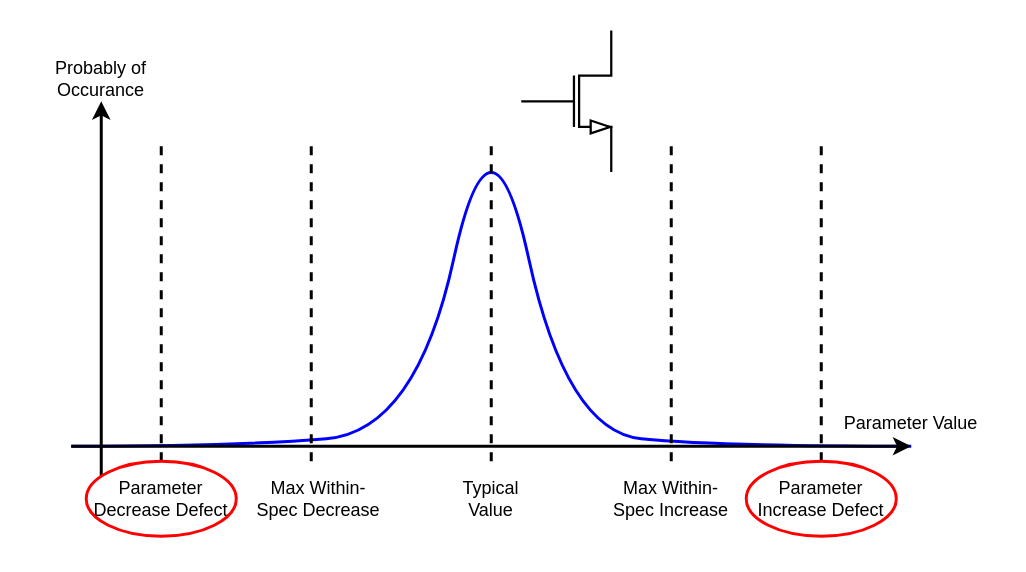
TimothyJNewman/open-source-chip-design-v1 keeps this draw.io diagram as Presentation/Poster/param_defects_diagram.drawio. Above is the earlier version. Source tidied: cells renumbered, new cells numbered last; positions are measured from the earlier drawing's top-left corner, leaving out a move shared by most shapes. Both pictures are drawn from the tidied source at 150%, with x=0, y=0 at pixel (26, 26).
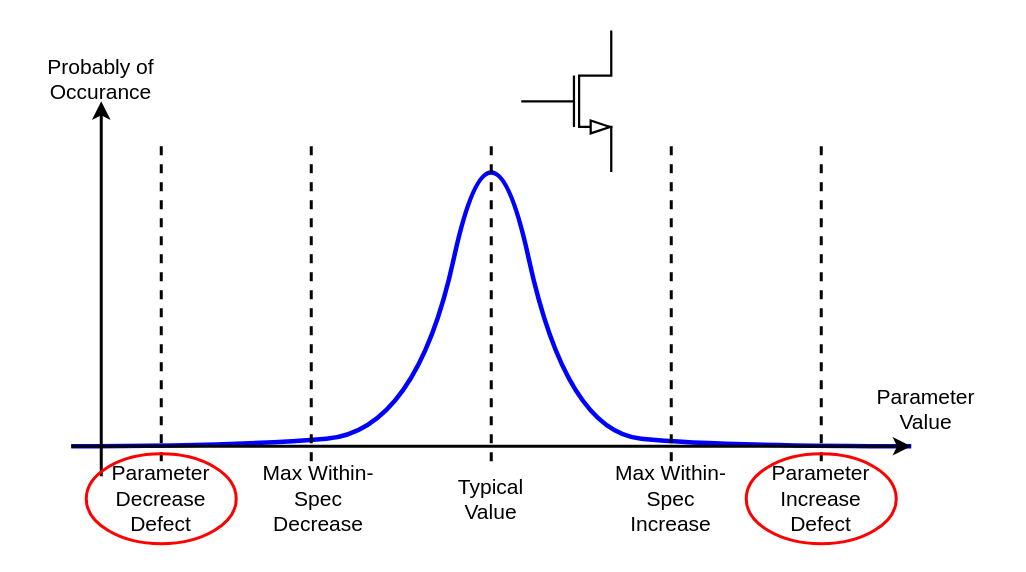
The same diagram, later.

Diff of the diagram source:
```diff
@@
-    <mxCell id="2" style="verticalLabelPosition=bottom;shadow=0;dashed=0;align=center;html=1;verticalAlign=top;shape=mxgraph.electrical.transistors.nmos;strokeWidth=1.5;" parent="1" vertex="1">
+    <mxCell id="2" style="verticalLabelPosition=bottom;shadow=0;dashed=0;align=center;html=1;verticalAlign=top;shape=mxgraph.electrical.transistors.nmos;strokeWidth=1.5;fontSize=14;" parent="1" vertex="1">
       <mxGeometry x="330" width="60" height="100" as="geometry" />
     </mxCell>
-    <mxCell id="3" style="curved=1;endArrow=none;html=1;rounded=0;startFill=0;strokeColor=#0000FF;strokeWidth=2;" parent="1" edge="1">
+    <mxCell id="3" style="curved=1;endArrow=none;html=1;rounded=0;startFill=0;strokeColor=#0000FF;strokeWidth=3;fontSize=14;" parent="1" edge="1">
       <mxGeometry relative="1" as="geometry">
         <mxPoint x="30" y="280" as="sourcePoint" />
         <mxPoint x="590" y="280" as="targetPoint" />
         <Array as="points">
           <mxPoint x="140" y="280" />
           <mxPoint x="260" y="270" />
           <mxPoint x="310" y="40" />
           <mxPoint x="360" y="270" />
           <mxPoint x="460" y="280" />
         </Array>
       </mxGeometry>
     </mxCell>
-    <mxCell id="4" style="endArrow=none;html=1;rounded=0;dashed=1;strokeWidth=2;" parent="1" edge="1">
+    <mxCell id="4" style="endArrow=none;html=1;rounded=0;dashed=1;strokeWidth=2;fontSize=14;" parent="1" edge="1">
       <mxGeometry relative="1" as="geometry">
         <mxPoint x="190" y="290" as="sourcePoint" />
         <mxPoint x="190" y="80" as="targetPoint" />
       </mxGeometry>
     </mxCell>
-    <mxCell id="5" style="endArrow=none;html=1;rounded=0;dashed=1;strokeWidth=2;" parent="1" edge="1">
+    <mxCell id="5" style="endArrow=none;html=1;rounded=0;dashed=1;strokeWidth=2;fontSize=14;" parent="1" edge="1">
       <mxGeometry relative="1" as="geometry">
         <mxPoint x="430" y="290" as="sourcePoint" />
         <mxPoint x="430" y="80" as="targetPoint" />
       </mxGeometry>
     </mxCell>
-    <mxCell id="6" style="endArrow=none;html=1;rounded=0;dashed=1;strokeWidth=2;" parent="1" edge="1">
+    <mxCell id="6" style="endArrow=none;html=1;rounded=0;dashed=1;strokeWidth=2;fontSize=14;" parent="1" edge="1">
       <mxGeometry relative="1" as="geometry">
         <mxPoint x="90" y="290" as="sourcePoint" />
         <mxPoint x="90" y="80" as="targetPoint" />
       </mxGeometry>
     </mxCell>
-    <mxCell id="7" style="endArrow=none;html=1;rounded=0;dashed=1;strokeWidth=2;" parent="1" edge="1">
+    <mxCell id="7" style="endArrow=none;html=1;rounded=0;dashed=1;strokeWidth=2;fontSize=14;" parent="1" edge="1">
       <mxGeometry relative="1" as="geometry">
         <mxPoint x="530" y="290" as="sourcePoint" />
         <mxPoint x="530" y="80" as="targetPoint" />
       </mxGeometry>
     </mxCell>
-    <mxCell id="8" style="endArrow=none;html=1;rounded=0;dashed=1;strokeWidth=2;" parent="1" edge="1">
+    <mxCell id="8" style="endArrow=none;html=1;rounded=0;dashed=1;strokeWidth=2;fontSize=14;" parent="1" edge="1">
       <mxGeometry relative="1" as="geometry">
         <mxPoint x="310" y="290" as="sourcePoint" />
         <mxPoint x="310" y="80" as="targetPoint" />
       </mxGeometry>
     </mxCell>
-    <mxCell id="9" value="Typical Value" style="text;html=1;align=center;verticalAlign=middle;whiteSpace=wrap;rounded=0;strokeWidth=2;" parent="1" vertex="1">
+    <mxCell id="9" value="Typical Value" style="text;html=1;align=center;verticalAlign=middle;whiteSpace=wrap;rounded=0;strokeWidth=2;fontSize=14;" parent="1" vertex="1">
       <mxGeometry x="280" y="300" width="60" height="30" as="geometry" />
     </mxCell>
-    <mxCell id="10" value="Max Within-Spec Increase" style="text;html=1;align=center;verticalAlign=middle;whiteSpace=wrap;rounded=0;strokeWidth=2;" parent="1" vertex="1">
+    <mxCell id="10" value="Max Within-Spec Increase" style="text;html=1;align=center;verticalAlign=middle;whiteSpace=wrap;rounded=0;strokeWidth=2;fontSize=14;" parent="1" vertex="1">
       <mxGeometry x="390" y="300" width="80" height="30" as="geometry" />
     </mxCell>
-    <mxCell id="11" value="Max Within-Spec Decrease" style="text;html=1;align=center;verticalAlign=middle;whiteSpace=wrap;rounded=0;strokeWidth=2;" parent="1" vertex="1">
+    <mxCell id="11" value="Max Within-Spec Decrease" style="text;html=1;align=center;verticalAlign=middle;whiteSpace=wrap;rounded=0;strokeWidth=2;fontSize=14;" parent="1" vertex="1">
       <mxGeometry x="150" y="300" width="90" height="30" as="geometry" />
     </mxCell>
-    <mxCell id="12" value="Parameter Decrease Defect" style="text;html=1;align=center;verticalAlign=middle;whiteSpace=wrap;rounded=0;strokeWidth=2;" parent="1" vertex="1">
+    <mxCell id="12" value="Parameter Decrease Defect" style="text;html=1;align=center;verticalAlign=middle;whiteSpace=wrap;rounded=0;strokeWidth=2;fontSize=14;" parent="1" vertex="1">
       <mxGeometry x="40" y="300" width="100" height="30" as="geometry" />
     </mxCell>
-    <mxCell id="13" value="Parameter Increase Defect" style="text;html=1;align=center;verticalAlign=middle;whiteSpace=wrap;rounded=0;strokeWidth=2;" parent="1" vertex="1">
+    <mxCell id="13" value="Parameter Increase Defect" style="text;html=1;align=center;verticalAlign=middle;whiteSpace=wrap;rounded=0;strokeWidth=2;fontSize=14;" parent="1" vertex="1">
       <mxGeometry x="480" y="300" width="100" height="30" as="geometry" />
     </mxCell>
-    <mxCell id="14" style="endArrow=classic;html=1;rounded=0;strokeWidth=2;" parent="1" edge="1">
+    <mxCell id="14" style="endArrow=classic;html=1;rounded=0;strokeWidth=2;fontSize=14;" parent="1" edge="1">
       <mxGeometry relative="1" as="geometry">
         <mxPoint x="30" y="280" as="sourcePoint" />
         <mxPoint x="590" y="280" as="targetPoint" />
       </mxGeometry>
     </mxCell>
-    <mxCell id="15" value="Parameter Value" style="text;html=1;align=center;verticalAlign=middle;whiteSpace=wrap;rounded=0;strokeWidth=2;" parent="1" vertex="1">
-      <mxGeometry x="540" y="250" width="100" height="30" as="geometry" />
+    <mxCell id="15" value="Parameter Value" style="text;html=1;align=center;verticalAlign=middle;whiteSpace=wrap;rounded=0;strokeWidth=2;fontSize=14;" parent="1" vertex="1">
+      <mxGeometry x="550" y="240" width="100" height="30" as="geometry" />
     </mxCell>
-    <mxCell id="16" style="endArrow=classic;html=1;rounded=0;strokeWidth=2;" parent="1" edge="1">
+    <mxCell id="16" style="endArrow=classic;html=1;rounded=0;strokeWidth=2;fontSize=14;" parent="1" edge="1">
       <mxGeometry relative="1" as="geometry">
         <mxPoint x="50" y="300" as="sourcePoint" />
         <mxPoint x="50" y="50" as="targetPoint" />
       </mxGeometry>
     </mxCell>
-    <mxCell id="17" value="Probably of Occurance" style="text;html=1;align=center;verticalAlign=middle;whiteSpace=wrap;rounded=0;strokeWidth=2;" parent="1" vertex="1">
+    <mxCell id="17" value="Probably of Occurance" style="text;html=1;align=center;verticalAlign=middle;whiteSpace=wrap;rounded=0;strokeWidth=2;fontSize=14;" parent="1" vertex="1">
       <mxGeometry y="20" width="100" height="30" as="geometry" />
     </mxCell>
-    <mxCell id="18" style="ellipse;whiteSpace=wrap;html=1;fillColor=none;strokeColor=#FF0000;strokeWidth=2;" parent="1" vertex="1">
-      <mxGeometry x="40" y="290" width="100" height="50" as="geometry" />
+    <mxCell id="18" style="ellipse;whiteSpace=wrap;html=1;fillColor=none;strokeColor=#FF0000;strokeWidth=2;fontSize=14;" parent="1" vertex="1">
+      <mxGeometry x="40" y="285" width="100" height="60" as="geometry" />
     </mxCell>
-    <mxCell id="19" style="ellipse;whiteSpace=wrap;html=1;fillColor=none;strokeColor=#FF0000;strokeWidth=2;" parent="1" vertex="1">
-      <mxGeometry x="480" y="290" width="100" height="50" as="geometry" />
+    <mxCell id="19" style="ellipse;whiteSpace=wrap;html=1;fillColor=none;strokeColor=#FF0000;strokeWidth=2;fontSize=14;" parent="1" vertex="1">
+      <mxGeometry x="480" y="285" width="100" height="60" as="geometry" />
     </mxCell>
```
